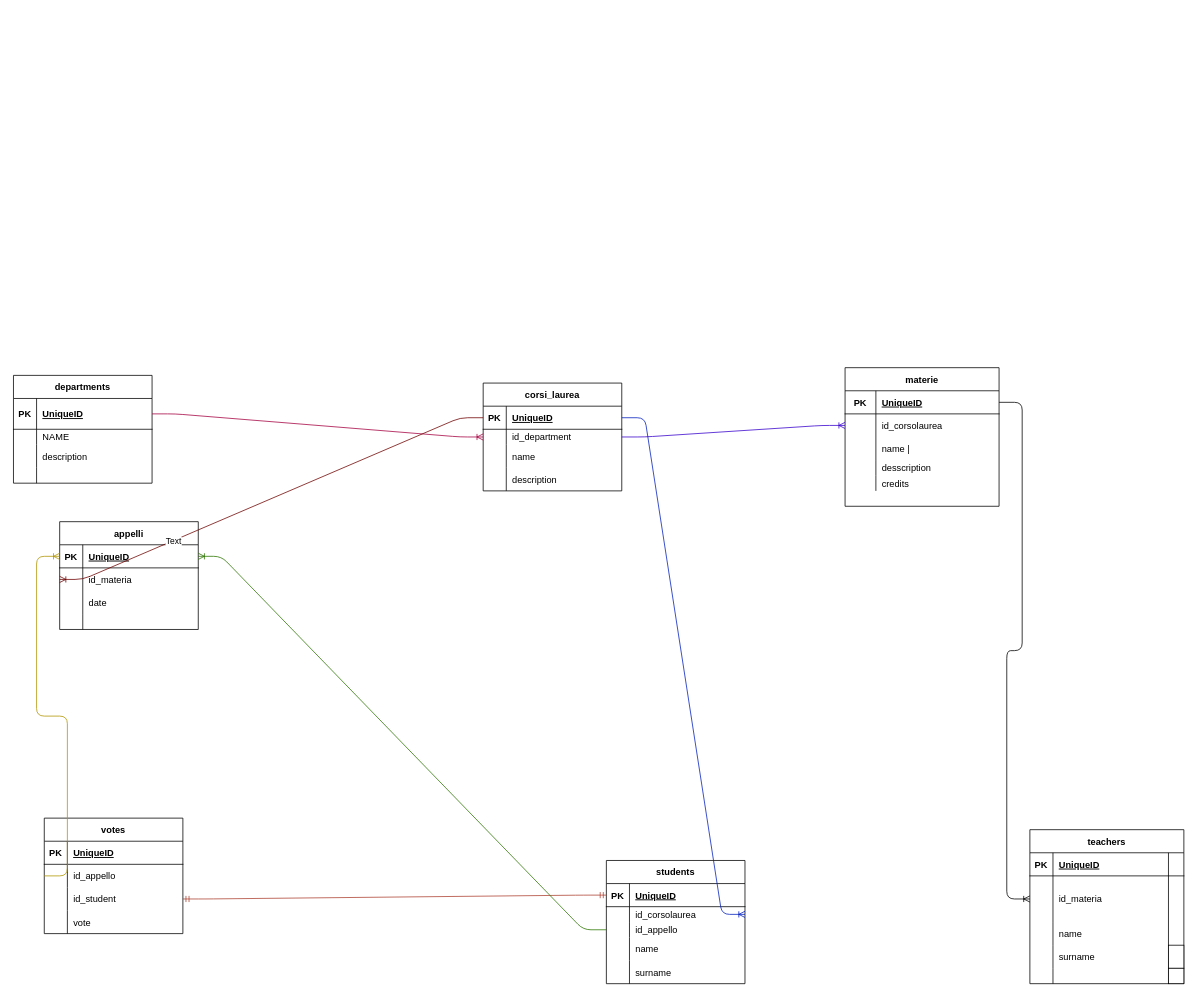
Above: univerity.drawio in StefDev1801/db-university (draw.io), before the change. Source tidied: cells renumbered, new cells numbered last; positions are measured from the earlier drawing's top-left corner, leaving out a move shared by most shapes. Both pictures are drawn from the tidied source at 77%, with x=0, y=0 at pixel (13, 367).
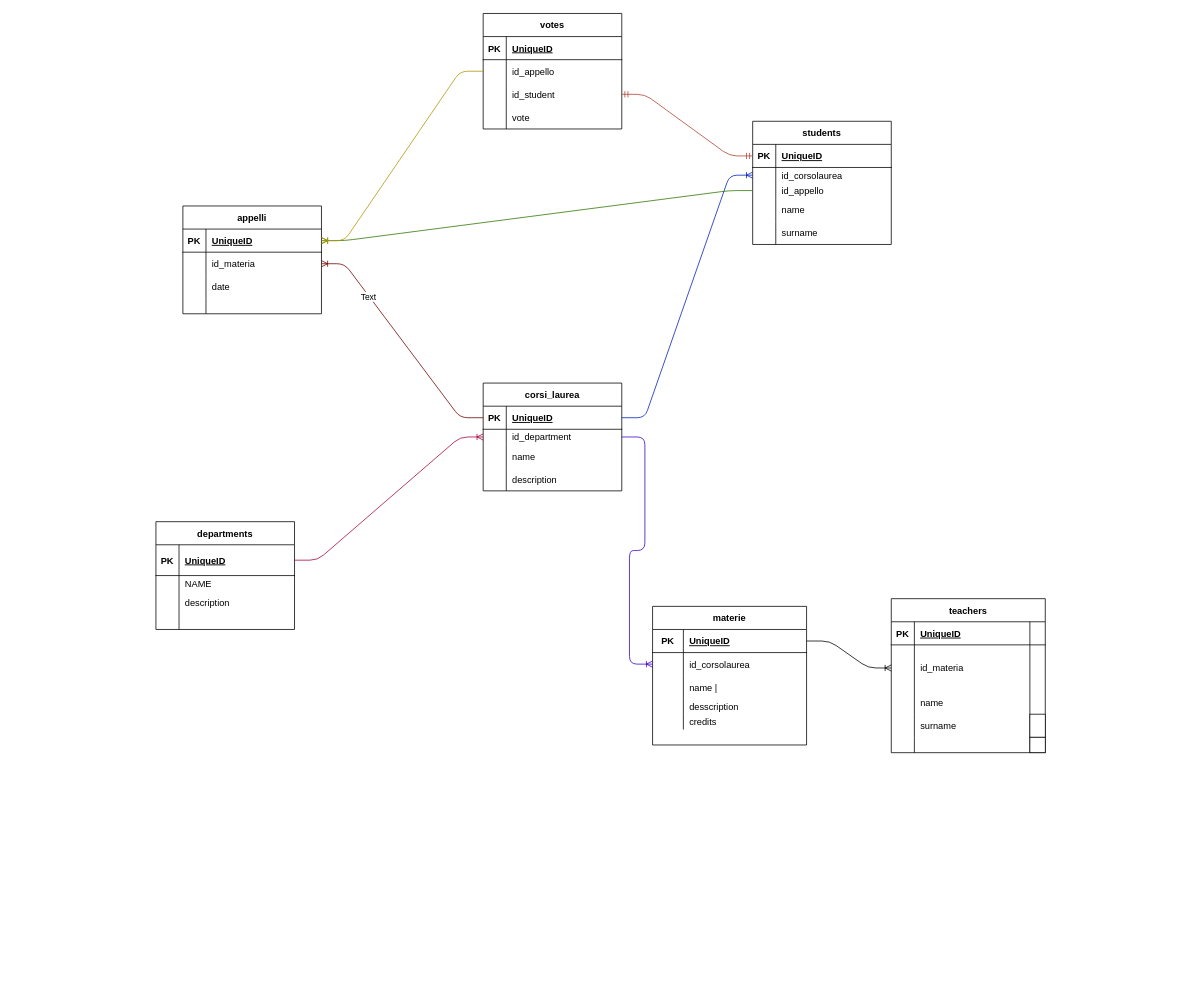
The same page after the edit.

The change refers to these unchanged cells:
```xml
<mxCell id="16" style="shape=tableRow;horizontal=0;startSize=0;swimlaneHead=0;swimlaneBody=0;fillColor=none;points=[[0,0.5],[1,0.5]];portConstraint=eastwest;top=0;left=0;right=0;bottom=1;" parent="15" vertex="1">
  <mxGeometry y="30" width="180" height="30" as="geometry" />
</mxCell>
<mxCell id="66" style="shape=tableRow;horizontal=0;startSize=0;swimlaneHead=0;swimlaneBody=0;fillColor=none;points=[[0,0.5],[1,0.5]];portConstraint=eastwest;top=0;left=0;right=0;bottom=0;" parent="62" vertex="1">
  <mxGeometry y="60" width="180" height="20" as="geometry" />
</mxCell>
<mxCell id="79" style="shape=tableRow;horizontal=0;startSize=0;swimlaneHead=0;swimlaneBody=0;fillColor=none;points=[[0,0.5],[1,0.5]];portConstraint=eastwest;top=0;left=0;right=0;bottom=1;" parent="78" vertex="1">
  <mxGeometry y="30" width="180" height="30" as="geometry" />
</mxCell>
<mxCell id="82" style="shape=tableRow;horizontal=0;startSize=0;swimlaneHead=0;swimlaneBody=0;fillColor=none;points=[[0,0.5],[1,0.5]];portConstraint=eastwest;top=0;left=0;right=0;bottom=0;" parent="78" vertex="1">
  <mxGeometry y="60" width="180" height="30" as="geometry" />
</mxCell>
<mxCell id="95" style="shape=tableRow;horizontal=0;startSize=0;swimlaneHead=0;swimlaneBody=0;fillColor=none;points=[[0,0.5],[1,0.5]];portConstraint=eastwest;top=0;left=0;right=0;bottom=0;" parent="91" vertex="1">
  <mxGeometry y="60" width="180" height="30" as="geometry" />
</mxCell>
```

The edit, as a diff of the source:
```diff
@@
     <mxCell id="2" value="departments" style="shape=table;startSize=30;childLayout=tableLayout;rowLines=0;fontStyle=1;align=center;" parent="1" vertex="1">
-      <mxGeometry y="10" width="180" height="140" as="geometry" />
+      <mxGeometry x="185" y="200" width="180" height="140" as="geometry" />
     </mxCell>
@@
     <mxCell id="28" value="materie" style="shape=table;startSize=30;childLayout=tableLayout;rowLines=0;fontStyle=1;align=center;" parent="1" vertex="1">
-      <mxGeometry x="1080" width="200" height="180" as="geometry" />
+      <mxGeometry x="830" y="310" width="200" height="180" as="geometry" />
     </mxCell>
@@
     <mxCell id="44" value="teachers" style="shape=table;startSize=30;childLayout=tableLayout;rowLines=0;fontStyle=1;align=center;" parent="1" vertex="1">
-      <mxGeometry x="1320" y="600" width="200" height="200" as="geometry" />
+      <mxGeometry x="1140" y="300" width="200" height="200" as="geometry" />
     </mxCell>
@@
     <mxCell id="62" value="students" style="shape=table;startSize=30;childLayout=tableLayout;rowLines=0;fontStyle=1;align=center;" parent="1" vertex="1">
-      <mxGeometry x="770" y="640" width="180" height="160" as="geometry" />
+      <mxGeometry x="960" y="-320" width="180" height="160" as="geometry" />
     </mxCell>
@@
     <mxCell id="78" value="appelli" style="shape=table;startSize=30;childLayout=tableLayout;rowLines=0;fontStyle=1;align=center;" parent="1" vertex="1">
-      <mxGeometry x="60" y="200" width="180" height="140" as="geometry" />
+      <mxGeometry x="220" y="-210" width="180" height="140" as="geometry" />
     </mxCell>
@@
     <mxCell id="91" value="votes" style="shape=table;startSize=30;childLayout=tableLayout;rowLines=0;fontStyle=1;align=center;" parent="1" vertex="1">
-      <mxGeometry x="40" y="585" width="180" height="150" as="geometry" />
+      <mxGeometry x="610" y="-460" width="180" height="150" as="geometry" />
     </mxCell>
@@
-    <mxCell id="108" style="edgeStyle=entityRelationEdgeStyle;fontSize=12;html=1;endArrow=ERoneToMany;exitX=1;exitY=0.5;exitDx=0;exitDy=0;entryX=1;entryY=0.5;entryDx=0;entryDy=0;fillColor=#0050ef;strokeColor=#001DBC;" parent="1" edge="1" source="16" target="66">
+    <mxCell id="108" style="edgeStyle=entityRelationEdgeStyle;fontSize=12;html=1;endArrow=ERoneToMany;exitX=1;exitY=0.5;exitDx=0;exitDy=0;entryX=0;entryY=0.5;entryDx=0;entryDy=0;fillColor=#0050ef;strokeColor=#001DBC;" parent="1" edge="1" source="16" target="66">
       <mxGeometry relative="1" as="geometry" />
     </mxCell>
@@
-    <mxCell id="110" style="edgeStyle=entityRelationEdgeStyle;fontSize=12;html=1;endArrow=ERoneToMany;entryX=0;entryY=0.5;entryDx=0;entryDy=0;fillColor=#a20025;strokeColor=#6F0000;exitX=0;exitY=0.5;exitDx=0;exitDy=0;" parent="1" edge="1" source="16" target="82">
+    <mxCell id="110" style="edgeStyle=entityRelationEdgeStyle;fontSize=12;html=1;endArrow=ERoneToMany;entryX=1;entryY=0.5;entryDx=0;entryDy=0;fillColor=#a20025;strokeColor=#6F0000;exitX=0;exitY=0.5;exitDx=0;exitDy=0;" parent="1" edge="1" source="16" target="82">
       <mxGeometry relative="1" as="geometry" />
     </mxCell>
@@
-    <mxCell id="112" style="edgeStyle=entityRelationEdgeStyle;fontSize=12;html=1;endArrow=ERoneToMany;exitX=0;exitY=0.5;exitDx=0;exitDy=0;entryX=0;entryY=0.5;entryDx=0;entryDy=0;fillColor=#e3c800;strokeColor=#B09500;" parent="1" edge="1" source="95" target="79">
+    <mxCell id="112" style="edgeStyle=entityRelationEdgeStyle;fontSize=12;html=1;endArrow=ERoneToMany;exitX=0;exitY=0.5;exitDx=0;exitDy=0;entryX=1;entryY=0.5;entryDx=0;entryDy=0;fillColor=#e3c800;strokeColor=#B09500;" parent="1" edge="1" source="95" target="79">
       <mxGeometry relative="1" as="geometry" />
     </mxCell>
```
